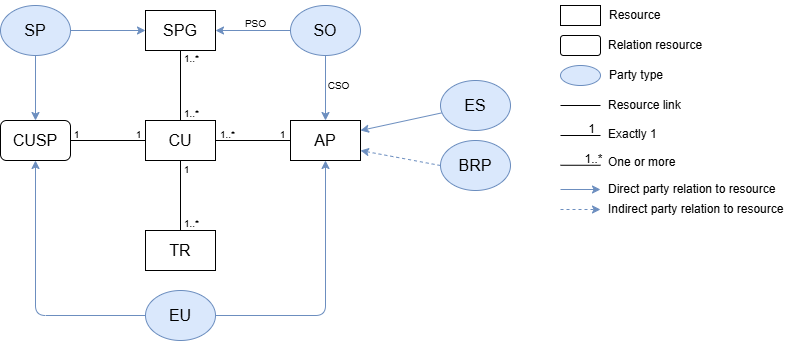
This is docs/diagrams/conceptual_model.drawio.png from elhub/flex-information-system, a draw.io export, as it was before one commit. Source tidied: cells renumbered, new cells last; positions are measured from the earlier drawing's top-left corner, leaving out a move shared by most shapes.
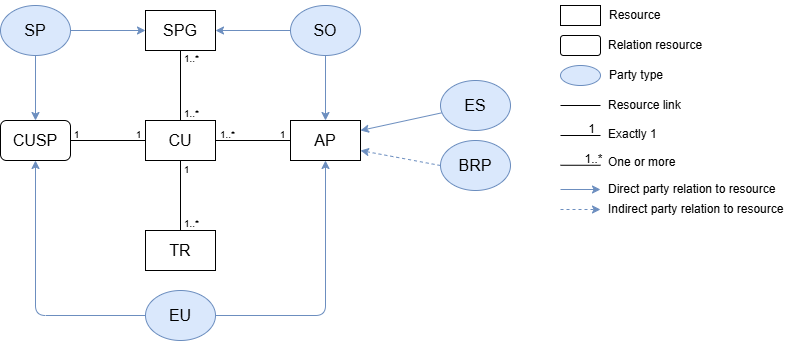
The same file after the commit.

Commit message:
docs: conceptual model

The edit, as a diff of the source:
```diff
@@ -100,12 +100,6 @@
     <mxCell id="31" value="1" style="text;html=1;align=center;verticalAlign=middle;strokeColor=none;fillColor=none;fontSize=10;" parent="1" vertex="1">
       <mxGeometry x="123" y="119" width="30" height="30" as="geometry" />
     </mxCell>
-    <mxCell id="32" value="CSO" style="text;html=1;align=center;verticalAlign=middle;strokeColor=none;fillColor=none;fontSize=10;" parent="1" vertex="1">
-      <mxGeometry x="313" y="70" width="50" height="30" as="geometry" />
-    </mxCell>
-    <mxCell id="33" value="PSO" style="text;html=1;align=center;verticalAlign=middle;strokeColor=none;fillColor=none;fontSize=10;" parent="1" vertex="1">
-      <mxGeometry x="235" y="8" width="40" height="30" as="geometry" />
-    </mxCell>
     <mxCell id="34" style="edgeStyle=none;html=1;strokeColor=#6c8ebf;fillColor=#dae8fc;" parent="1" edge="1">
       <mxGeometry relative="1" as="geometry">
         <mxPoint x="560" y="189" as="sourcePoint" />
```
